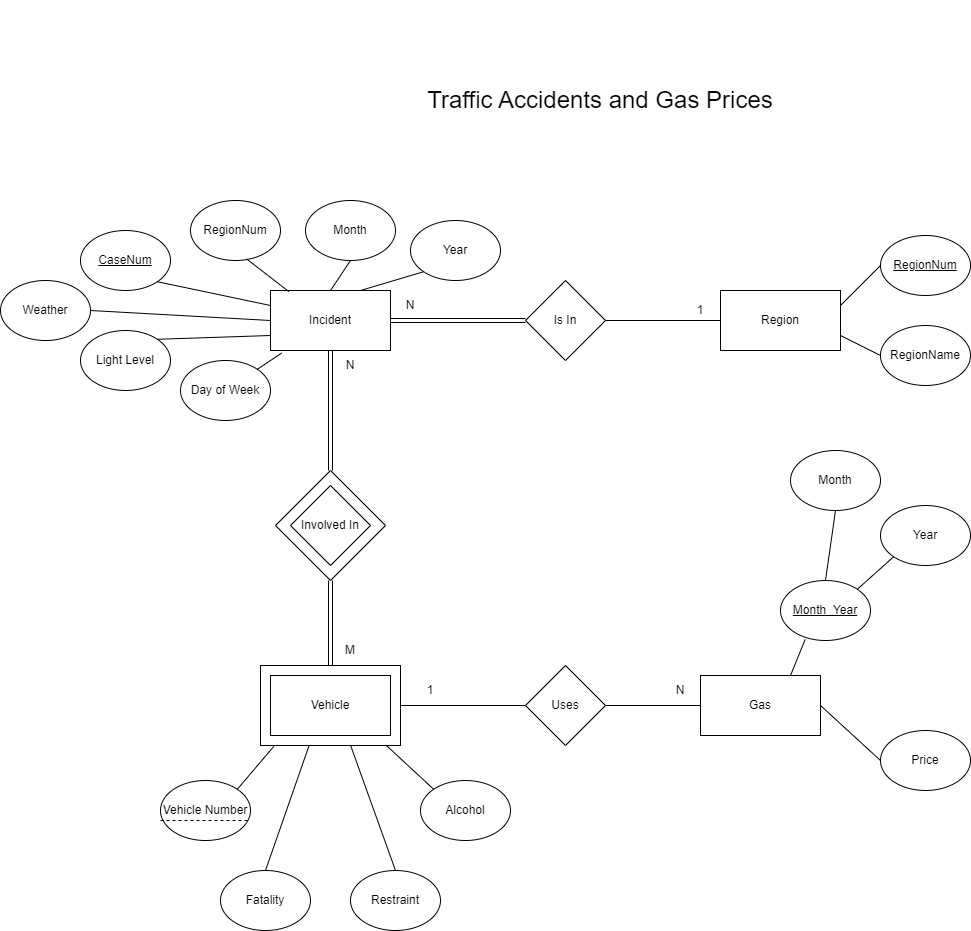
The draw.io diagram Diagrams/UCD_Group_9_ERD.drawio.png in clondon0792/Final_Project_Repo, before a commit. Source tidied: cells renumbered, new cells last; positions are measured from the earlier drawing's top-left corner, leaving out a move shared by most shapes.
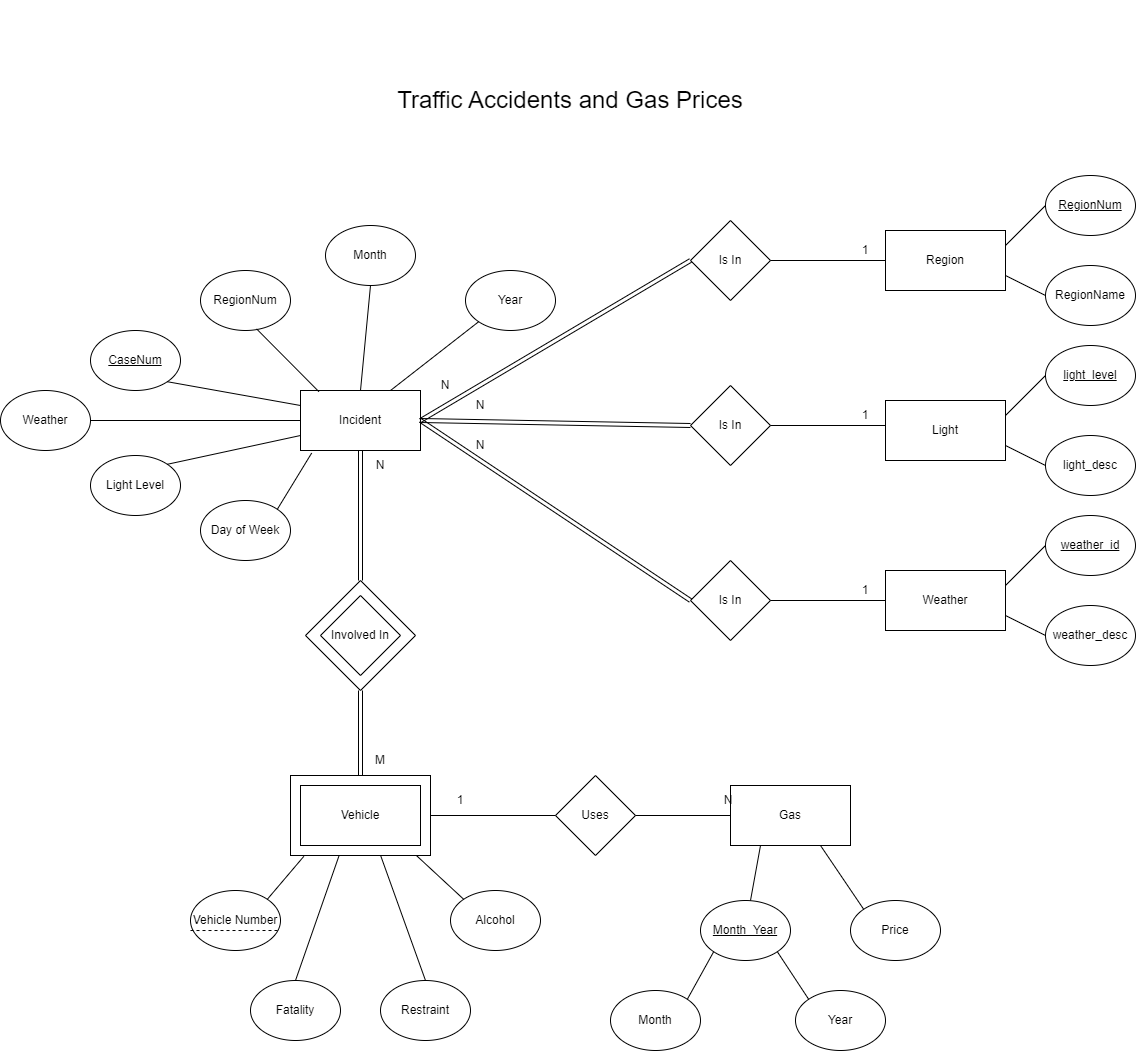
The same diagram one commit later.

Diff of the diagram source:
```diff
@@ -5,36 +5,36 @@
     <mxCell id="2" value="Incident" style="rounded=0;whiteSpace=wrap;html=1;" parent="1" vertex="1">
-      <mxGeometry x="270" y="290" width="120" height="60" as="geometry" />
+      <mxGeometry x="330" y="390" width="120" height="60" as="geometry" />
     </mxCell>
     <mxCell id="3" value="&lt;u&gt;CaseNum&lt;/u&gt;" style="ellipse;whiteSpace=wrap;html=1;" parent="1" vertex="1">
-      <mxGeometry x="80" y="230" width="90" height="60" as="geometry" />
+      <mxGeometry x="120" y="330" width="90" height="60" as="geometry" />
     </mxCell>
     <mxCell id="4" value="RegionNum" style="ellipse;whiteSpace=wrap;html=1;" parent="1" vertex="1">
-      <mxGeometry x="190" y="200" width="90" height="60" as="geometry" />
+      <mxGeometry x="230" y="270" width="90" height="60" as="geometry" />
     </mxCell>
     <mxCell id="5" value="Region" style="rounded=0;whiteSpace=wrap;html=1;" parent="1" vertex="1">
-      <mxGeometry x="720" y="290" width="120" height="60" as="geometry" />
+      <mxGeometry x="915" y="230" width="120" height="60" as="geometry" />
     </mxCell>
     <mxCell id="6" value="&lt;u&gt;RegionNum&lt;/u&gt;" style="ellipse;whiteSpace=wrap;html=1;" parent="1" vertex="1">
-      <mxGeometry x="880" y="235" width="90" height="60" as="geometry" />
+      <mxGeometry x="1075" y="175" width="90" height="60" as="geometry" />
     </mxCell>
     <mxCell id="7" value="RegionName" style="ellipse;whiteSpace=wrap;html=1;" parent="1" vertex="1">
-      <mxGeometry x="880" y="325" width="90" height="60" as="geometry" />
+      <mxGeometry x="1075" y="265" width="90" height="60" as="geometry" />
     </mxCell>
     <mxCell id="8" value="Gas" style="rounded=0;whiteSpace=wrap;html=1;" parent="1" vertex="1">
-      <mxGeometry x="700" y="675" width="120" height="60" as="geometry" />
+      <mxGeometry x="760" y="785" width="120" height="60" as="geometry" />
     </mxCell>
     <mxCell id="9" value="&lt;u&gt;Month_Year&lt;/u&gt;" style="ellipse;whiteSpace=wrap;html=1;" parent="1" vertex="1">
-      <mxGeometry x="780" y="580" width="90" height="60" as="geometry" />
+      <mxGeometry x="730" y="900" width="90" height="60" as="geometry" />
     </mxCell>
     <mxCell id="10" value="Price" style="ellipse;whiteSpace=wrap;html=1;" parent="1" vertex="1">
-      <mxGeometry x="880" y="730" width="90" height="60" as="geometry" />
+      <mxGeometry x="880" y="900" width="90" height="60" as="geometry" />
     </mxCell>
     <mxCell id="11" style="rounded=0;whiteSpace=wrap;html=1;strokeColor=default;" parent="1" vertex="1">
-      <mxGeometry x="260" y="665" width="140" height="80" as="geometry" />
+      <mxGeometry x="320" y="775" width="140" height="80" as="geometry" />
     </mxCell>
     <mxCell id="12" value="Vehicle" style="rounded=0;whiteSpace=wrap;html=1;" parent="1" vertex="1">
-      <mxGeometry x="270" y="675" width="120" height="60" as="geometry" />
+      <mxGeometry x="330" y="785" width="120" height="60" as="geometry" />
     </mxCell>
     <mxCell id="13" value="Vehicle Number" style="ellipse;whiteSpace=wrap;html=1;" parent="1" vertex="1">
-      <mxGeometry x="160" y="780" width="90" height="60" as="geometry" />
+      <mxGeometry x="220" y="890" width="90" height="60" as="geometry" />
     </mxCell>
@@ -42,3 +42,3 @@
       <mxGeometry relative="1" as="geometry">
-        <mxPoint x="250" y="820" as="targetPoint" />
+        <mxPoint x="310" y="930" as="targetPoint" />
       </mxGeometry>
@@ -46,9 +46,9 @@
     <mxCell id="15" value="Uses" style="rhombus;whiteSpace=wrap;html=1;strokeColor=default;" parent="1" vertex="1">
-      <mxGeometry x="525" y="665" width="80" height="80" as="geometry" />
+      <mxGeometry x="585" y="775" width="80" height="80" as="geometry" />
     </mxCell>
     <mxCell id="16" style="rhombus;whiteSpace=wrap;html=1;strokeColor=default;" parent="1" vertex="1">
-      <mxGeometry x="275" y="470" width="110" height="110" as="geometry" />
+      <mxGeometry x="335" y="580" width="110" height="110" as="geometry" />
     </mxCell>
     <mxCell id="17" value="Involved In" style="rhombus;whiteSpace=wrap;html=1;strokeColor=default;" parent="1" vertex="1">
-      <mxGeometry x="290" y="485" width="80" height="80" as="geometry" />
+      <mxGeometry x="350" y="595" width="80" height="80" as="geometry" />
     </mxCell>
@@ -61,6 +61,6 @@
     <mxCell id="20" value="N" style="text;html=1;strokeColor=none;fillColor=none;align=center;verticalAlign=middle;whiteSpace=wrap;rounded=0;" parent="1" vertex="1">
-      <mxGeometry x="320" y="350" width="60" height="30" as="geometry" />
+      <mxGeometry x="380" y="450" width="60" height="30" as="geometry" />
     </mxCell>
     <mxCell id="21" value="M" style="text;html=1;strokeColor=none;fillColor=none;align=center;verticalAlign=middle;whiteSpace=wrap;rounded=0;" parent="1" vertex="1">
-      <mxGeometry x="320" y="635" width="60" height="30" as="geometry" />
+      <mxGeometry x="380" y="745" width="60" height="30" as="geometry" />
     </mxCell>
@@ -73,17 +73,17 @@
     <mxCell id="24" value="Month&lt;span style=&quot;color: rgba(0, 0, 0, 0); font-family: monospace; font-size: 0px; text-align: start;&quot;&gt;%3CmxGraphModel%3E%3Croot%3E%3CmxCell%20id%3D%220%22%2F%3E%3CmxCell%20id%3D%221%22%20parent%3D%220%22%2F%3E%3CmxCell%20id%3D%222%22%20value%3D%22RegionNum%22%20style%3D%22ellipse%3BwhiteSpace%3Dwrap%3Bhtml%3D1%3B%22%20vertex%3D%221%22%20parent%3D%221%22%3E%3CmxGeometry%20x%3D%2210%22%20y%3D%22110%22%20width%3D%2290%22%20height%3D%2260%22%20as%3D%22geometry%22%2F%3E%3C%2FmxCell%3E%3C%2Froot%3E%3C%2FmxGraphModel%3E&lt;/span&gt;" style="ellipse;whiteSpace=wrap;html=1;" parent="1" vertex="1">
-      <mxGeometry x="305" y="200" width="90" height="60" as="geometry" />
+      <mxGeometry x="355" y="225" width="90" height="60" as="geometry" />
     </mxCell>
     <mxCell id="25" value="Year" style="ellipse;whiteSpace=wrap;html=1;" parent="1" vertex="1">
-      <mxGeometry x="410" y="220" width="90" height="60" as="geometry" />
+      <mxGeometry x="495" y="270" width="90" height="60" as="geometry" />
     </mxCell>
     <mxCell id="26" value="Month" style="ellipse;whiteSpace=wrap;html=1;" parent="1" vertex="1">
-      <mxGeometry x="790" y="450" width="90" height="60" as="geometry" />
+      <mxGeometry x="640" y="990" width="90" height="60" as="geometry" />
     </mxCell>
     <mxCell id="27" value="Year" style="ellipse;whiteSpace=wrap;html=1;" parent="1" vertex="1">
-      <mxGeometry x="880" y="505" width="90" height="60" as="geometry" />
+      <mxGeometry x="825" y="990" width="90" height="60" as="geometry" />
     </mxCell>
-    <mxCell id="28" style="endArrow=none;html=1;rounded=0;entryX=0.5;entryY=0;entryDx=0;entryDy=0;exitX=0.5;exitY=1;exitDx=0;exitDy=0;" parent="1" edge="1" source="26" target="9">
+    <mxCell id="28" style="endArrow=none;html=1;rounded=0;exitX=1;exitY=0;exitDx=0;exitDy=0;entryX=0;entryY=1;entryDx=0;entryDy=0;" parent="1" edge="1" source="26" target="9">
       <mxGeometry relative="1" as="geometry" />
     </mxCell>
-    <mxCell id="29" style="endArrow=none;html=1;rounded=0;entryX=1;entryY=0;entryDx=0;entryDy=0;exitX=0;exitY=1;exitDx=0;exitDy=0;" parent="1" edge="1" source="27" target="9">
+    <mxCell id="29" style="endArrow=none;html=1;rounded=0;entryX=1;entryY=1;entryDx=0;entryDy=0;exitX=0;exitY=0;exitDx=0;exitDy=0;" parent="1" edge="1" source="27" target="9">
       <mxGeometry relative="1" as="geometry" />
@@ -91,18 +91,18 @@
     <mxCell id="30" value="Alcohol&lt;span style=&quot;color: rgba(0, 0, 0, 0); font-family: monospace; font-size: 0px; text-align: start;&quot;&gt;%3CmxGraphModel%3E%3Croot%3E%3CmxCell%20id%3D%220%22%2F%3E%3CmxCell%20id%3D%221%22%20parent%3D%220%22%2F%3E%3CmxCell%20id%3D%222%22%20value%3D%22Vehicle%20Number%22%20style%3D%22ellipse%3BwhiteSpace%3Dwrap%3Bhtml%3D1%3B%22%20vertex%3D%221%22%20parent%3D%221%22%3E%3CmxGeometry%20x%3D%2220%22%20y%3D%22510%22%20width%3D%2290%22%20height%3D%2260%22%20as%3D%22geometry%22%2F%3E%3C%2FmxCell%3E%3C%2Froot%3E%3C%2FmxGraphModel%3E&lt;/span&gt;&lt;span style=&quot;color: rgba(0, 0, 0, 0); font-family: monospace; font-size: 0px; text-align: start;&quot;&gt;%3CmxGraphModel%3E%3Croot%3E%3CmxCell%20id%3D%220%22%2F%3E%3CmxCell%20id%3D%221%22%20parent%3D%220%22%2F%3E%3CmxCell%20id%3D%222%22%20value%3D%22Vehicle%20Number%22%20style%3D%22ellipse%3BwhiteSpace%3Dwrap%3Bhtml%3D1%3B%22%20vertex%3D%221%22%20parent%3D%221%22%3E%3CmxGeometry%20x%3D%2220%22%20y%3D%22510%22%20width%3D%2290%22%20height%3D%2260%22%20as%3D%22geometry%22%2F%3E%3C%2FmxCell%3E%3C%2Froot%3E%3C%2FmxGraphModel%3E&lt;/span&gt;" style="ellipse;whiteSpace=wrap;html=1;" parent="1" vertex="1">
-      <mxGeometry x="420" y="780" width="90" height="60" as="geometry" />
+      <mxGeometry x="480" y="890" width="90" height="60" as="geometry" />
     </mxCell>
     <mxCell id="31" value="Restraint" style="ellipse;whiteSpace=wrap;html=1;" parent="1" vertex="1">
-      <mxGeometry x="350" y="870" width="90" height="60" as="geometry" />
+      <mxGeometry x="410" y="980" width="90" height="60" as="geometry" />
     </mxCell>
     <mxCell id="32" value="Weather" style="ellipse;whiteSpace=wrap;html=1;" parent="1" vertex="1">
-      <mxGeometry y="280" width="90" height="60" as="geometry" />
+      <mxGeometry x="30" y="390" width="90" height="60" as="geometry" />
     </mxCell>
     <mxCell id="33" value="Fatality" style="ellipse;whiteSpace=wrap;html=1;" parent="1" vertex="1">
-      <mxGeometry x="220" y="870" width="90" height="60" as="geometry" />
+      <mxGeometry x="280" y="980" width="90" height="60" as="geometry" />
     </mxCell>
     <mxCell id="34" value="Light Level" style="ellipse;whiteSpace=wrap;html=1;" parent="1" vertex="1">
-      <mxGeometry x="80" y="330" width="90" height="60" as="geometry" />
+      <mxGeometry x="120" y="455" width="90" height="60" as="geometry" />
     </mxCell>
     <mxCell id="35" value="Day of Week" style="ellipse;whiteSpace=wrap;html=1;" parent="1" vertex="1">
-      <mxGeometry x="180" y="360" width="90" height="60" as="geometry" />
+      <mxGeometry x="230" y="500" width="90" height="60" as="geometry" />
     </mxCell>
@@ -120,12 +120,14 @@
     </mxCell>
-    <mxCell id="40" style="endArrow=none;html=1;rounded=0;entryX=0.75;entryY=0;entryDx=0;entryDy=0;exitX=0.274;exitY=0.983;exitDx=0;exitDy=0;exitPerimeter=0;" parent="1" edge="1" source="9" target="8">
-      <mxGeometry relative="1" as="geometry" />
+    <mxCell id="40" style="endArrow=none;html=1;rounded=0;entryX=0.25;entryY=1;entryDx=0;entryDy=0;" parent="1" edge="1" target="8">
+      <mxGeometry relative="1" as="geometry">
+        <mxPoint x="780" y="900" as="sourcePoint" />
+      </mxGeometry>
     </mxCell>
     <mxCell id="41" value="1" style="text;html=1;strokeColor=none;fillColor=none;align=center;verticalAlign=middle;whiteSpace=wrap;rounded=0;" parent="1" vertex="1">
-      <mxGeometry x="400" y="675" width="60" height="30" as="geometry" />
+      <mxGeometry x="460" y="785" width="60" height="30" as="geometry" />
     </mxCell>
     <mxCell id="42" value="N" style="text;html=1;strokeColor=none;fillColor=none;align=center;verticalAlign=middle;whiteSpace=wrap;rounded=0;" parent="1" vertex="1">
-      <mxGeometry x="650" y="675" width="60" height="30" as="geometry" />
+      <mxGeometry x="727.5" y="785" width="60" height="30" as="geometry" />
     </mxCell>
-    <mxCell id="43" style="endArrow=none;html=1;rounded=0;entryX=0;entryY=0.5;entryDx=0;entryDy=0;exitX=1;exitY=0.5;exitDx=0;exitDy=0;" parent="1" edge="1" source="8" target="10">
+    <mxCell id="43" style="endArrow=none;html=1;rounded=0;entryX=0;entryY=0;entryDx=0;entryDy=0;exitX=0.75;exitY=1;exitDx=0;exitDy=0;" parent="1" edge="1" source="8" target="10">
       <mxGeometry relative="1" as="geometry" />
@@ -133,3 +135,3 @@
     <mxCell id="44" value="Is In" style="rhombus;whiteSpace=wrap;html=1;strokeColor=default;" parent="1" vertex="1">
-      <mxGeometry x="525" y="280" width="80" height="80" as="geometry" />
+      <mxGeometry x="720" y="220" width="80" height="80" as="geometry" />
     </mxCell>
@@ -169,6 +171,6 @@
     <mxCell id="56" value="N" style="text;html=1;strokeColor=none;fillColor=none;align=center;verticalAlign=middle;whiteSpace=wrap;rounded=0;" parent="1" vertex="1">
-      <mxGeometry x="380" y="290" width="60" height="30" as="geometry" />
+      <mxGeometry x="445" y="370" width="60" height="30" as="geometry" />
     </mxCell>
     <mxCell id="57" value="1" style="text;html=1;strokeColor=none;fillColor=none;align=center;verticalAlign=middle;whiteSpace=wrap;rounded=0;" parent="1" vertex="1">
-      <mxGeometry x="670" y="295" width="60" height="30" as="geometry" />
+      <mxGeometry x="865" y="235" width="60" height="30" as="geometry" />
     </mxCell>
@@ -177,2 +179,66 @@
     </mxCell>
+    <mxCell id="59" value="Light" style="rounded=0;whiteSpace=wrap;html=1;" parent="1" vertex="1">
+      <mxGeometry x="915" y="400" width="120" height="60" as="geometry" />
+    </mxCell>
+    <mxCell id="60" value="&lt;u&gt;light_level&lt;/u&gt;" style="ellipse;whiteSpace=wrap;html=1;" parent="1" vertex="1">
+      <mxGeometry x="1075" y="345" width="90" height="60" as="geometry" />
+    </mxCell>
+    <mxCell id="61" value="light_desc&lt;span style=&quot;color: rgba(0, 0, 0, 0); font-family: monospace; font-size: 0px; text-align: start;&quot;&gt;%3CmxGraphModel%3E%3Croot%3E%3CmxCell%20id%3D%220%22%2F%3E%3CmxCell%20id%3D%221%22%20parent%3D%220%22%2F%3E%3CmxCell%20id%3D%222%22%20value%3D%22Region%22%20style%3D%22rounded%3D0%3BwhiteSpace%3Dwrap%3Bhtml%3D1%3B%22%20vertex%3D%221%22%20parent%3D%221%22%3E%3CmxGeometry%20x%3D%22720%22%20y%3D%22370%22%20width%3D%22120%22%20height%3D%2260%22%20as%3D%22geometry%22%2F%3E%3C%2FmxCell%3E%3CmxCell%20id%3D%223%22%20value%3D%22%26lt%3Bu%26gt%3BRegionNum%26lt%3B%2Fu%26gt%3B%22%20style%3D%22ellipse%3BwhiteSpace%3Dwrap%3Bhtml%3D1%3B%22%20vertex%3D%221%22%20parent%3D%221%22%3E%3CmxGeometry%20x%3D%22880%22%20y%3D%22315%22%20width%3D%2290%22%20height%3D%2260%22%20as%3D%22geometry%22%2F%3E%3C%2FmxCell%3E%3CmxCell%20id%3D%224%22%20value%3D%22RegionName%22%20style%3D%22ellipse%3BwhiteSpace%3Dwrap%3Bhtml%3D1%3B%22%20vertex%3D%221%22%20parent%3D%221%22%3E%3CmxGeometry%20x%3D%22880%22%20y%3D%22405%22%20width%3D%2290%22%20height%3D%2260%22%20as%3D%22geometry%22%2F%3E%3C%2FmxCell%3E%3CmxCell%20id%3D%225%22%20value%3D%22%22%20style%3D%22endArrow%3Dnone%3Bhtml%3D1%3Brounded%3D0%3BentryX%3D0%3BentryY%3D0.5%3BentryDx%3D0%3BentryDy%3D0%3BexitX%3D1%3BexitY%3D0.25%3BexitDx%3D0%3BexitDy%3D0%3B%22%20edge%3D%221%22%20source%3D%222%22%20target%3D%223%22%20parent%3D%221%22%3E%3CmxGeometry%20width%3D%2250%22%20height%3D%2250%22%20relative%3D%221%22%20as%3D%22geometry%22%3E%3CmxPoint%20x%3D%22460%22%20y%3D%22520%22%20as%3D%22sourcePoint%22%2F%3E%3CmxPoint%20x%3D%22510%22%20y%3D%22470%22%20as%3D%22targetPoint%22%2F%3E%3C%2FmxGeometry%3E%3C%2FmxCell%3E%3CmxCell%20id%3D%226%22%20value%3D%22%22%20style%3D%22endArrow%3Dnone%3Bhtml%3D1%3Brounded%3D0%3BentryX%3D1%3BentryY%3D0.75%3BentryDx%3D0%3BentryDy%3D0%3BexitX%3D0%3BexitY%3D0.5%3BexitDx%3D0%3BexitDy%3D0%3B%22%20edge%3D%221%22%20source%3D%224%22%20target%3D%222%22%20parent%3D%221%22%3E%3CmxGeometry%20width%3D%2250%22%20height%3D%2250%22%20relative%3D%221%22%20as%3D%22geometry%22%3E%3CmxPoint%20x%3D%22460%22%20y%3D%22520%22%20as%3D%22sourcePoint%22%2F%3E%3CmxPoint%20x%3D%22510%22%20y%3D%22470%22%20as%3D%22targetPoint%22%2F%3E%3C%2FmxGeometry%3E%3C%2FmxCell%3E%3C%2Froot%3E%3C%2FmxGraphModel%3E&lt;/span&gt;" style="ellipse;whiteSpace=wrap;html=1;" parent="1" vertex="1">
+      <mxGeometry x="1075" y="435" width="90" height="60" as="geometry" />
+    </mxCell>
+    <mxCell id="62" style="endArrow=none;html=1;rounded=0;entryX=0;entryY=0.5;entryDx=0;entryDy=0;exitX=1;exitY=0.25;exitDx=0;exitDy=0;" parent="1" edge="1" source="59" target="60">
+      <mxGeometry relative="1" as="geometry" />
+    </mxCell>
+    <mxCell id="63" style="endArrow=none;html=1;rounded=0;entryX=1;entryY=0.75;entryDx=0;entryDy=0;exitX=0;exitY=0.5;exitDx=0;exitDy=0;" parent="1" edge="1" source="61" target="59">
+      <mxGeometry relative="1" as="geometry" />
+    </mxCell>
+    <mxCell id="64" value="Weather" style="rounded=0;whiteSpace=wrap;html=1;" parent="1" vertex="1">
+      <mxGeometry x="915" y="570" width="120" height="60" as="geometry" />
+    </mxCell>
+    <mxCell id="65" value="&lt;u&gt;weather_id&lt;/u&gt;" style="ellipse;whiteSpace=wrap;html=1;" parent="1" vertex="1">
+      <mxGeometry x="1075" y="515" width="90" height="60" as="geometry" />
+    </mxCell>
+    <mxCell id="66" value="weather_desc" style="ellipse;whiteSpace=wrap;html=1;" parent="1" vertex="1">
+      <mxGeometry x="1075" y="605" width="90" height="60" as="geometry" />
+    </mxCell>
+    <mxCell id="67" style="endArrow=none;html=1;rounded=0;entryX=0;entryY=0.5;entryDx=0;entryDy=0;exitX=1;exitY=0.25;exitDx=0;exitDy=0;" parent="1" edge="1" source="64" target="65">
+      <mxGeometry relative="1" as="geometry" />
+    </mxCell>
+    <mxCell id="68" style="endArrow=none;html=1;rounded=0;entryX=1;entryY=0.75;entryDx=0;entryDy=0;exitX=0;exitY=0.5;exitDx=0;exitDy=0;" parent="1" edge="1" source="66" target="64">
+      <mxGeometry relative="1" as="geometry" />
+    </mxCell>
+    <mxCell id="69" value="Is In" style="rhombus;whiteSpace=wrap;html=1;strokeColor=default;" parent="1" vertex="1">
+      <mxGeometry x="720" y="385" width="80" height="80" as="geometry" />
+    </mxCell>
+    <mxCell id="70" style="endArrow=none;html=1;rounded=0;entryX=1;entryY=0.5;entryDx=0;entryDy=0;exitX=0;exitY=0.5;exitDx=0;exitDy=0;" parent="1" edge="1" target="69">
+      <mxGeometry relative="1" as="geometry">
+        <mxPoint x="915" y="425" as="sourcePoint" />
+      </mxGeometry>
+    </mxCell>
+    <mxCell id="71" value="Is In" style="rhombus;whiteSpace=wrap;html=1;strokeColor=default;" parent="1" vertex="1">
+      <mxGeometry x="720" y="560" width="80" height="80" as="geometry" />
+    </mxCell>
+    <mxCell id="72" style="endArrow=none;html=1;rounded=0;entryX=1;entryY=0.5;entryDx=0;entryDy=0;exitX=0;exitY=0.5;exitDx=0;exitDy=0;" parent="1" edge="1" target="71">
+      <mxGeometry relative="1" as="geometry">
+        <mxPoint x="915" y="600" as="sourcePoint" />
+      </mxGeometry>
+    </mxCell>
+    <mxCell id="73" value="1" style="text;html=1;strokeColor=none;fillColor=none;align=center;verticalAlign=middle;whiteSpace=wrap;rounded=0;" parent="1" vertex="1">
+      <mxGeometry x="865" y="400" width="60" height="30" as="geometry" />
+    </mxCell>
+    <mxCell id="74" value="1" style="text;html=1;strokeColor=none;fillColor=none;align=center;verticalAlign=middle;whiteSpace=wrap;rounded=0;" parent="1" vertex="1">
+      <mxGeometry x="865" y="575" width="60" height="30" as="geometry" />
+    </mxCell>
+    <mxCell id="75" style="endArrow=none;html=1;rounded=0;exitX=1;exitY=0.5;exitDx=0;exitDy=0;entryX=0;entryY=0.5;entryDx=0;entryDy=0;shape=link;" parent="1" edge="1" source="2" target="69">
+      <mxGeometry relative="1" as="geometry" />
+    </mxCell>
+    <mxCell id="76" style="endArrow=none;html=1;rounded=0;exitX=1;exitY=0.5;exitDx=0;exitDy=0;entryX=0;entryY=0.5;entryDx=0;entryDy=0;shape=link;" parent="1" edge="1" source="2" target="71">
+      <mxGeometry relative="1" as="geometry" />
+    </mxCell>
+    <mxCell id="77" value="N" style="text;html=1;strokeColor=none;fillColor=none;align=center;verticalAlign=middle;whiteSpace=wrap;rounded=0;" parent="1" vertex="1">
+      <mxGeometry x="480" y="390" width="60" height="30" as="geometry" />
+    </mxCell>
+    <mxCell id="78" value="N" style="text;html=1;strokeColor=none;fillColor=none;align=center;verticalAlign=middle;whiteSpace=wrap;rounded=0;" parent="1" vertex="1">
+      <mxGeometry x="480" y="430" width="60" height="30" as="geometry" />
+    </mxCell>
   </root>
```
